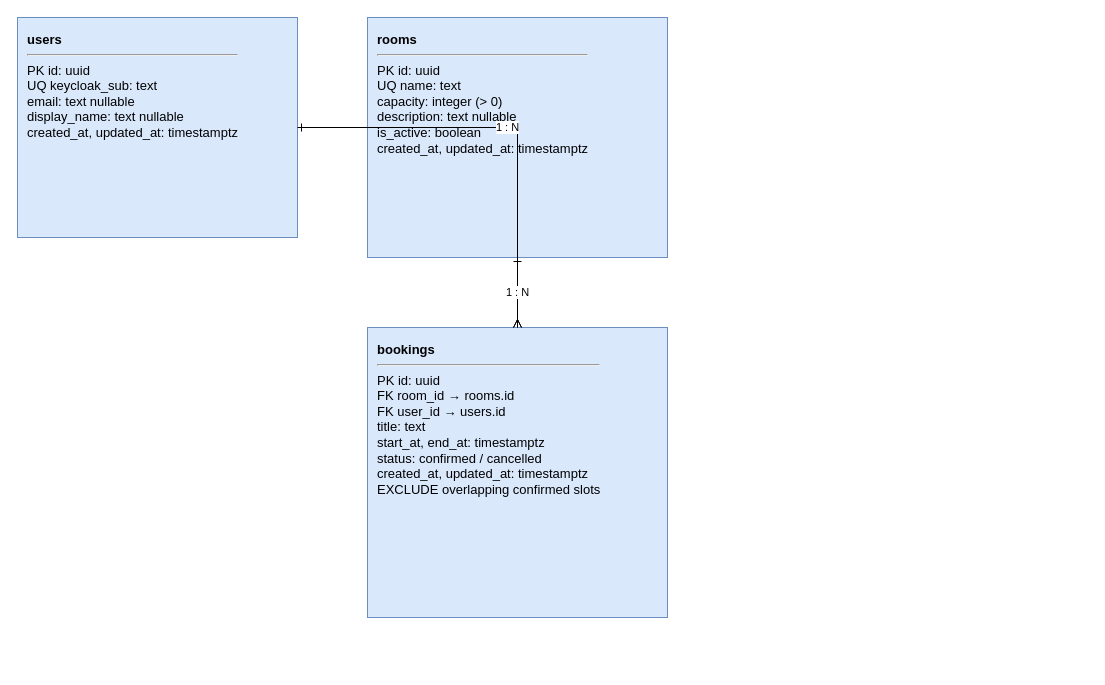
tungct-1553/nestjs-meeting-room-booking-api keeps this draw.io diagram as docs/database.drawio. Above is the earlier version. Source tidied: cells renumbered, new cells numbered last; positions are measured from the earlier drawing's top-left corner, leaving out a move shared by most shapes. Both pictures are drawn from the tidied source at 100%, with x=0, y=0 at pixel (17, 17).
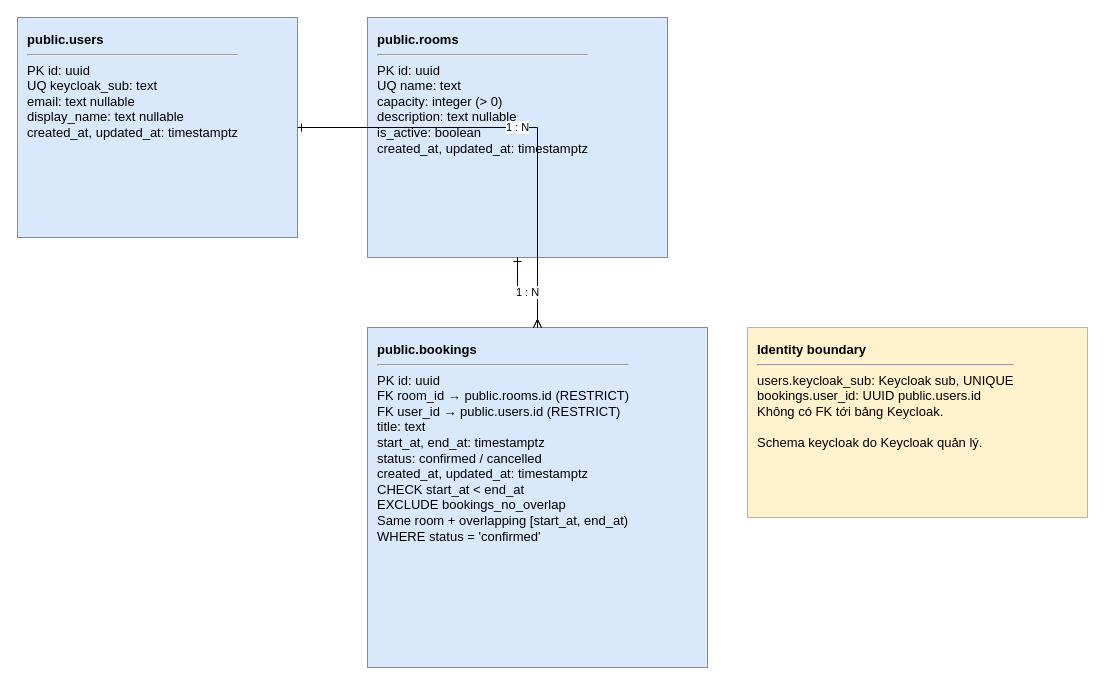
After the change.

Diff of the diagram source:
```diff
@@
 <mxGraphModel>
   <root>
     <mxCell id="0" />
     <mxCell id="1" parent="0" />
-    <mxCell id="2" value="&lt;b&gt;users&lt;/b&gt;&lt;hr/&gt;PK id: uuid&lt;br/&gt;UQ keycloak_sub: text&lt;br/&gt;email: text nullable&lt;br/&gt;display_name: text nullable&lt;br/&gt;created_at, updated_at: timestamptz" style="rounded=0;whiteSpace=wrap;html=1;align=left;verticalAlign=top;spacing=10;fillColor=#dae8fc;strokeColor=#6c8ebf;fontSize=13;" parent="1" vertex="1">
+    <mxCell id="2" value="&lt;b&gt;public.users&lt;/b&gt;&lt;hr/&gt;PK id: uuid&lt;br/&gt;UQ keycloak_sub: text&lt;br/&gt;email: text nullable&lt;br/&gt;display_name: text nullable&lt;br/&gt;created_at, updated_at: timestamptz" style="rounded=0;whiteSpace=wrap;html=1;align=left;verticalAlign=top;spacing=10;fillColor=#dae8fc;strokeColor=#6c8ebf;fontSize=13;" parent="1" vertex="1">
       <mxGeometry width="280" height="220" as="geometry" />
     </mxCell>
-    <mxCell id="3" value="&lt;b&gt;rooms&lt;/b&gt;&lt;hr/&gt;PK id: uuid&lt;br/&gt;UQ name: text&lt;br/&gt;capacity: integer (&gt; 0)&lt;br/&gt;description: text nullable&lt;br/&gt;is_active: boolean&lt;br/&gt;created_at, updated_at: timestamptz" style="rounded=0;whiteSpace=wrap;html=1;align=left;verticalAlign=top;spacing=10;fillColor=#dae8fc;strokeColor=#6c8ebf;fontSize=13;" parent="1" vertex="1">
+    <mxCell id="3" value="&lt;b&gt;public.rooms&lt;/b&gt;&lt;hr/&gt;PK id: uuid&lt;br/&gt;UQ name: text&lt;br/&gt;capacity: integer (&gt; 0)&lt;br/&gt;description: text nullable&lt;br/&gt;is_active: boolean&lt;br/&gt;created_at, updated_at: timestamptz" style="rounded=0;whiteSpace=wrap;html=1;align=left;verticalAlign=top;spacing=10;fillColor=#dae8fc;strokeColor=#6c8ebf;fontSize=13;" parent="1" vertex="1">
       <mxGeometry x="350" width="300" height="240" as="geometry" />
     </mxCell>
-    <mxCell id="4" value="&lt;b&gt;bookings&lt;/b&gt;&lt;hr/&gt;PK id: uuid&lt;br/&gt;FK room_id → rooms.id&lt;br/&gt;FK user_id → users.id&lt;br/&gt;title: text&lt;br/&gt;start_at, end_at: timestamptz&lt;br/&gt;status: confirmed / cancelled&lt;br/&gt;created_at, updated_at: timestamptz&lt;br/&gt;EXCLUDE overlapping confirmed slots" style="rounded=0;whiteSpace=wrap;html=1;align=left;verticalAlign=top;spacing=10;fillColor=#dae8fc;strokeColor=#6c8ebf;fontSize=13;" parent="1" vertex="1">
-      <mxGeometry x="350" y="310" width="300" height="290" as="geometry" />
+    <mxCell id="4" value="&lt;b&gt;public.bookings&lt;/b&gt;&lt;hr/&gt;PK id: uuid&lt;br/&gt;FK room_id → public.rooms.id (RESTRICT)&lt;br/&gt;FK user_id → public.users.id (RESTRICT)&lt;br/&gt;title: text&lt;br/&gt;start_at, end_at: timestamptz&lt;br/&gt;status: confirmed / cancelled&lt;br/&gt;created_at, updated_at: timestamptz&lt;br/&gt;CHECK start_at &amp;lt; end_at&lt;br/&gt;EXCLUDE bookings_no_overlap&lt;br/&gt;Same room + overlapping [start_at, end_at)&lt;br/&gt;WHERE status = 'confirmed'" style="rounded=0;whiteSpace=wrap;html=1;align=left;verticalAlign=top;spacing=10;fillColor=#dae8fc;strokeColor=#6c8ebf;fontSize=13;" parent="1" vertex="1">
+      <mxGeometry x="350" y="310" width="340" height="340" as="geometry" />
     </mxCell>
     <mxCell id="5" value="1 : N" style="edgeStyle=orthogonalEdgeStyle;rounded=0;html=1;endArrow=ERmany;endFill=0;startArrow=ERone;startFill=0;" parent="1" edge="1" source="2" target="4">
       <mxGeometry relative="1" as="geometry" />
     </mxCell>
     <mxCell id="6" value="1 : N" style="edgeStyle=orthogonalEdgeStyle;rounded=0;html=1;endArrow=ERmany;endFill=0;startArrow=ERone;startFill=0;" parent="1" edge="1" source="3" target="4">
       <mxGeometry relative="1" as="geometry" />
     </mxCell>
+    <mxCell id="7" value="&lt;b&gt;Identity boundary&lt;/b&gt;&lt;hr/&gt;users.keycloak_sub: Keycloak sub, UNIQUE&lt;br/&gt;bookings.user_id: UUID public.users.id&lt;br/&gt;Không có FK tới bảng Keycloak.&lt;br/&gt;&lt;br/&gt;Schema keycloak do Keycloak quản lý." style="rounded=0;whiteSpace=wrap;html=1;align=left;verticalAlign=top;spacing=10;fillColor=#fff2cc;strokeColor=#d6b656;fontSize=13;" parent="1" vertex="1">
+      <mxGeometry x="730" y="310" width="340" height="190" as="geometry" />
+    </mxCell>
   </root>
 </mxGraphModel>
```
